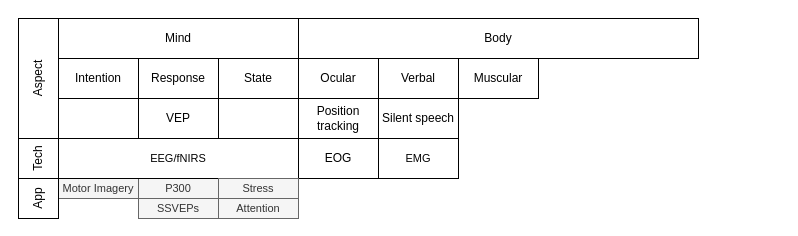
Above: docs/survey_overview.drawio in theyoungkwon/CNB (draw.io), before the change. Source tidied: cells renumbered, new cells numbered last; positions are measured from the earlier drawing's top-left corner, leaving out a move shared by most shapes. Both pictures are drawn from the tidied source at 100%, with x=0, y=0 at pixel (18, 18).
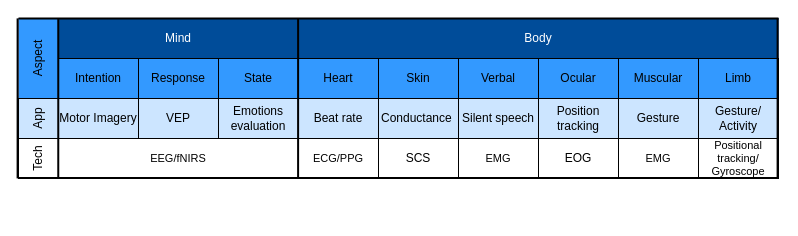
After the change.

The change refers to these unchanged cells:
```xml
<mxCell id="15" value="EEG/fNIRS" style="rounded=0;whiteSpace=wrap;html=1;fontSize=11;" parent="1" vertex="1">
  <mxGeometry x="40" y="120" width="240" height="40" as="geometry" />
</mxCell>
```

Change to the diagram source:
```diff
@@
-    <mxCell id="2" value="Mind" style="rounded=0;whiteSpace=wrap;html=1;" parent="1" vertex="1">
+    <mxCell id="2" value="Mind" style="rounded=0;whiteSpace=wrap;html=1;fillColor=#004C99;strokeColor=#6c8ebf;fontColor=#FFFFFF;" parent="1" vertex="1">
       <mxGeometry x="40" width="240" height="40" as="geometry" />
     </mxCell>
-    <mxCell id="3" value="Body" style="rounded=0;whiteSpace=wrap;html=1;" parent="1" vertex="1">
-      <mxGeometry x="280" width="400" height="40" as="geometry" />
+    <mxCell id="3" value="Body" style="rounded=0;whiteSpace=wrap;html=1;fillColor=#004C99;strokeColor=#6c8ebf;fontColor=#FFFFFF;" parent="1" vertex="1">
+      <mxGeometry x="280" width="480" height="40" as="geometry" />
     </mxCell>
-    <mxCell id="4" value="Intention" style="rounded=0;whiteSpace=wrap;html=1;" parent="1" vertex="1">
+    <mxCell id="4" value="Intention" style="rounded=0;whiteSpace=wrap;html=1;fillColor=#3399FF;" parent="1" vertex="1">
       <mxGeometry x="40" y="40" width="80" height="40" as="geometry" />
     </mxCell>
-    <mxCell id="5" value="Response" style="rounded=0;whiteSpace=wrap;html=1;" parent="1" vertex="1">
+    <mxCell id="5" value="Response" style="rounded=0;whiteSpace=wrap;html=1;fillColor=#3399FF;" parent="1" vertex="1">
       <mxGeometry x="120" y="40" width="80" height="40" as="geometry" />
     </mxCell>
-    <mxCell id="6" value="State" style="rounded=0;whiteSpace=wrap;html=1;" parent="1" vertex="1">
+    <mxCell id="6" value="State" style="rounded=0;whiteSpace=wrap;html=1;fillColor=#3399FF;" parent="1" vertex="1">
       <mxGeometry x="200" y="40" width="80" height="40" as="geometry" />
     </mxCell>
-    <mxCell id="7" value="VEP" style="rounded=0;whiteSpace=wrap;html=1;" parent="1" vertex="1">
-      <mxGeometry x="120" y="80" width="80" height="40" as="geometry" />
+    <mxCell id="7" value="Emotions evaluation" style="rounded=0;whiteSpace=wrap;html=1;fillColor=#CCE5FF;" parent="1" vertex="1">
+      <mxGeometry x="200" y="80" width="80" height="40" as="geometry" />
     </mxCell>
-    <mxCell id="8" value="SSVEPs" style="rounded=0;whiteSpace=wrap;html=1;fillColor=#f5f5f5;strokeColor=#666666;fontColor=#333333;fontSize=11;" parent="1" vertex="1">
-      <mxGeometry x="120" y="180" width="80" height="20" as="geometry" />
-    </mxCell>
-    <mxCell id="9" value="P300" style="rounded=0;whiteSpace=wrap;html=1;fillColor=#f5f5f5;strokeColor=#666666;fontColor=#333333;fontSize=11;" parent="1" vertex="1">
-      <mxGeometry x="120" y="160" width="80" height="20" as="geometry" />
-    </mxCell>
-    <mxCell id="10" value="&lt;font style=&quot;font-size: 11px&quot;&gt;Motor Imagery&lt;/font&gt;" style="rounded=0;whiteSpace=wrap;html=1;fillColor=#f5f5f5;strokeColor=#666666;fontColor=#333333;" parent="1" vertex="1">
-      <mxGeometry x="40" y="160" width="80" height="20" as="geometry" />
-    </mxCell>
-    <mxCell id="11" value="Ocular" style="rounded=0;whiteSpace=wrap;html=1;" parent="1" vertex="1">
-      <mxGeometry x="280" y="40" width="80" height="40" as="geometry" />
+    <mxCell id="11" value="Ocular" style="rounded=0;whiteSpace=wrap;html=1;fillColor=#3399FF;" parent="1" vertex="1">
+      <mxGeometry x="520" y="40" width="80" height="40" as="geometry" />
     </mxCell>
-    <mxCell id="12" value="Verbal" style="rounded=0;whiteSpace=wrap;html=1;" parent="1" vertex="1">
-      <mxGeometry x="360" y="40" width="80" height="40" as="geometry" />
+    <mxCell id="12" value="Verbal" style="rounded=0;whiteSpace=wrap;html=1;fillColor=#3399FF;" parent="1" vertex="1">
+      <mxGeometry x="440" y="40" width="80" height="40" as="geometry" />
     </mxCell>
-    <mxCell id="13" value="Muscular" style="rounded=0;whiteSpace=wrap;html=1;" parent="1" vertex="1">
-      <mxGeometry x="440" y="40" width="80" height="40" as="geometry" />
+    <mxCell id="13" value="Muscular" style="rounded=0;whiteSpace=wrap;html=1;fillColor=#3399FF;" parent="1" vertex="1">
+      <mxGeometry x="600" y="40" width="80" height="40" as="geometry" />
     </mxCell>
-    <mxCell id="14" value="Position tracking" style="rounded=0;whiteSpace=wrap;html=1;" parent="1" vertex="1">
-      <mxGeometry x="280" y="80" width="80" height="40" as="geometry" />
+    <mxCell id="14" value="Position tracking" style="rounded=0;whiteSpace=wrap;html=1;fillColor=#CCE5FF;" parent="1" vertex="1">
+      <mxGeometry x="520" y="80" width="80" height="40" as="geometry" />
     </mxCell>
@@
     <mxCell id="16" value="EOG" style="rounded=0;whiteSpace=wrap;html=1;" parent="1" vertex="1">
-      <mxGeometry x="280" y="120" width="80" height="40" as="geometry" />
+      <mxGeometry x="520" y="120" width="80" height="40" as="geometry" />
     </mxCell>
     <mxCell id="17" value="EMG" style="rounded=0;whiteSpace=wrap;html=1;fontSize=11;" parent="1" vertex="1">
-      <mxGeometry x="360" y="120" width="80" height="40" as="geometry" />
+      <mxGeometry x="440" y="120" width="80" height="40" as="geometry" />
     </mxCell>
-    <mxCell id="18" value="Stress&lt;br&gt;" style="rounded=0;whiteSpace=wrap;html=1;fillColor=#f5f5f5;strokeColor=#666666;fontColor=#333333;fontSize=11;" parent="1" vertex="1">
-      <mxGeometry x="200" y="160" width="80" height="20" as="geometry" />
-    </mxCell>
-    <mxCell id="19" value="Attention&lt;br&gt;" style="rounded=0;whiteSpace=wrap;html=1;fillColor=#f5f5f5;strokeColor=#666666;fontColor=#333333;fontSize=11;" parent="1" vertex="1">
-      <mxGeometry x="200" y="180" width="80" height="20" as="geometry" />
-    </mxCell>
-    <mxCell id="20" value="Silent speech" style="rounded=0;whiteSpace=wrap;html=1;fontSize=12;" parent="1" vertex="1">
-      <mxGeometry x="360" y="80" width="80" height="40" as="geometry" />
+    <mxCell id="20" value="Silent speech" style="rounded=0;whiteSpace=wrap;html=1;fontSize=12;fillColor=#CCE5FF;" parent="1" vertex="1">
+      <mxGeometry x="440" y="80" width="80" height="40" as="geometry" />
     </mxCell>
-    <mxCell id="21" value="Aspect" style="rounded=0;whiteSpace=wrap;html=1;fontSize=12;horizontal=0;" parent="1" vertex="1">
-      <mxGeometry width="40" height="120" as="geometry" />
+    <mxCell id="21" value="Aspect" style="rounded=0;whiteSpace=wrap;html=1;fontSize=12;horizontal=0;fillColor=#3399FF;strokeColor=#6c8ebf;" parent="1" vertex="1">
+      <mxGeometry width="40" height="80" as="geometry" />
     </mxCell>
@@
+    <mxCell id="24" value="EMG" style="rounded=0;whiteSpace=wrap;html=1;fontSize=11;" parent="1" vertex="1">
+      <mxGeometry x="600" y="120" width="80" height="40" as="geometry" />
+    </mxCell>
+    <mxCell id="25" value="Gesture" style="rounded=0;whiteSpace=wrap;html=1;fillColor=#CCE5FF;" parent="1" vertex="1">
+      <mxGeometry x="600" y="80" width="80" height="40" as="geometry" />
+    </mxCell>
+    <mxCell id="26" value="Heart" style="rounded=0;whiteSpace=wrap;html=1;fillColor=#3399FF;" parent="1" vertex="1">
+      <mxGeometry x="280" y="40" width="80" height="40" as="geometry" />
+    </mxCell>
+    <mxCell id="27" value="Skin" style="rounded=0;whiteSpace=wrap;html=1;fillColor=#3399FF;" parent="1" vertex="1">
+      <mxGeometry x="360" y="40" width="80" height="40" as="geometry" />
+    </mxCell>
+    <mxCell id="28" value="Limb" style="rounded=0;whiteSpace=wrap;html=1;fillColor=#3399FF;" parent="1" vertex="1">
+      <mxGeometry x="680" y="40" width="80" height="40" as="geometry" />
+    </mxCell>
+    <mxCell id="29" value="Gesture/&lt;br&gt;Activity" style="rounded=0;whiteSpace=wrap;html=1;fillColor=#CCE5FF;" parent="1" vertex="1">
+      <mxGeometry x="680" y="80" width="80" height="40" as="geometry" />
+    </mxCell>
+    <mxCell id="30" value="Beat rate" style="rounded=0;whiteSpace=wrap;html=1;fontSize=12;fillColor=#CCE5FF;" parent="1" vertex="1">
+      <mxGeometry x="280" y="80" width="80" height="40" as="geometry" />
+    </mxCell>
+    <mxCell id="31" value="Conductance&amp;nbsp;" style="rounded=0;whiteSpace=wrap;html=1;fontSize=12;fillColor=#CCE5FF;" parent="1" vertex="1">
+      <mxGeometry x="360" y="80" width="80" height="40" as="geometry" />
+    </mxCell>
+    <mxCell id="32" value="SCS" style="rounded=0;whiteSpace=wrap;html=1;fontSize=12;" parent="1" vertex="1">
+      <mxGeometry x="360" y="120" width="80" height="40" as="geometry" />
+    </mxCell>
+    <mxCell id="33" value="ECG/PPG" style="rounded=0;whiteSpace=wrap;html=1;fontSize=11;" parent="1" vertex="1">
+      <mxGeometry x="280" y="120" width="80" height="40" as="geometry" />
+    </mxCell>
+    <mxCell id="34" value="Positional tracking/&lt;br&gt;Gyroscope&lt;br&gt;" style="rounded=0;whiteSpace=wrap;html=1;fontSize=11;" parent="1" vertex="1">
+      <mxGeometry x="680" y="120" width="80" height="40" as="geometry" />
+    </mxCell>
+    <mxCell id="35" value="VEP" style="rounded=0;whiteSpace=wrap;html=1;fillColor=#CCE5FF;" parent="1" vertex="1">
+      <mxGeometry x="120" y="80" width="80" height="40" as="geometry" />
+    </mxCell>
+    <mxCell id="10" value="Motor Imagery" style="rounded=0;whiteSpace=wrap;html=1;fillColor=#CCE5FF;" parent="1" vertex="1">
+      <mxGeometry x="40" y="80" width="80" height="40" as="geometry" />
+    </mxCell>
-    <mxCell id="23" value="App" style="rounded=0;whiteSpace=wrap;html=1;fontSize=12;horizontal=0;" parent="1" vertex="1">
-      <mxGeometry y="160" width="40" height="40" as="geometry" />
+    <mxCell id="23" value="App" style="rounded=0;whiteSpace=wrap;html=1;fontSize=12;horizontal=0;fillColor=#CCE5FF;" parent="1" vertex="1">
+      <mxGeometry y="80" width="40" height="40" as="geometry" />
     </mxCell>
+    <mxCell id="36" style="endArrow=none;html=1;fontColor=#FFFFFF;entryX=-0.001;entryY=0.015;entryDx=0;entryDy=0;entryPerimeter=0;exitX=-0.001;exitY=1.001;exitDx=0;exitDy=0;exitPerimeter=0;strokeWidth=2;" parent="1" edge="1" source="15" target="2">
+      <mxGeometry relative="1" as="geometry" />
+    </mxCell>
+    <mxCell id="37" style="endArrow=none;html=1;fontColor=#FFFFFF;entryX=-0.001;entryY=0.015;entryDx=0;entryDy=0;entryPerimeter=0;exitX=-0.001;exitY=1.001;exitDx=0;exitDy=0;exitPerimeter=0;strokeWidth=2;" parent="1" edge="1">
+      <mxGeometry relative="1" as="geometry">
+        <mxPoint x="279.6" y="159.9" as="sourcePoint" />
+        <mxPoint x="279.6" y="-0.1" as="targetPoint" />
+      </mxGeometry>
+    </mxCell>
+    <mxCell id="38" style="endArrow=none;html=1;fontColor=#FFFFFF;entryX=-0.001;entryY=0.015;entryDx=0;entryDy=0;entryPerimeter=0;exitX=-0.001;exitY=1.001;exitDx=0;exitDy=0;exitPerimeter=0;strokeWidth=2;" parent="1" edge="1">
+      <mxGeometry relative="1" as="geometry">
+        <mxPoint x="-0.9" y="159.9" as="sourcePoint" />
+        <mxPoint x="-0.9" y="-0.1" as="targetPoint" />
+      </mxGeometry>
+    </mxCell>
+    <mxCell id="39" style="endArrow=none;html=1;fontColor=#FFFFFF;entryX=-0.001;entryY=0.015;entryDx=0;entryDy=0;entryPerimeter=0;exitX=-0.001;exitY=1.001;exitDx=0;exitDy=0;exitPerimeter=0;strokeWidth=2;" parent="1" edge="1">
+      <mxGeometry relative="1" as="geometry">
+        <mxPoint x="759.1" y="159.9" as="sourcePoint" />
+        <mxPoint x="759.1" y="-0.1" as="targetPoint" />
+      </mxGeometry>
+    </mxCell>
+    <mxCell id="40" style="endArrow=none;html=1;strokeWidth=3;fontColor=#FFFFFF;entryX=0.02;entryY=0.568;entryDx=0;entryDy=0;entryPerimeter=0;strokeColor=none;" parent="1" edge="1">
+      <mxGeometry relative="1" as="geometry">
+        <mxPoint x="200" y="160" as="sourcePoint" />
+        <mxPoint x="200" y="120" as="targetPoint" />
+      </mxGeometry>
+    </mxCell>
+    <mxCell id="41" style="endArrow=none;html=1;fontColor=#FFFFFF;strokeWidth=2;" parent="1" edge="1">
+      <mxGeometry relative="1" as="geometry">
+        <mxPoint x="760" as="sourcePoint" />
+        <mxPoint as="targetPoint" />
+      </mxGeometry>
+    </mxCell>
+    <mxCell id="42" style="endArrow=none;html=1;fontColor=#FFFFFF;strokeWidth=2;" parent="1" edge="1">
+      <mxGeometry relative="1" as="geometry">
+        <mxPoint x="760" y="159.5" as="sourcePoint" />
+        <mxPoint y="159.5" as="targetPoint" />
+      </mxGeometry>
+    </mxCell>
```
